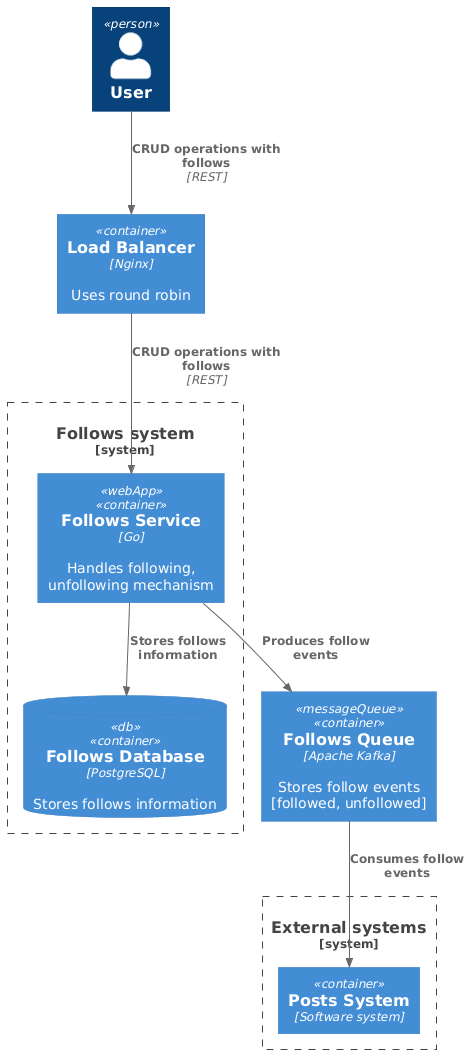
The PlantUML diagram images/diagrams/containers/follows_system.png in mkorobovv/social_network_system_design, before a commit.
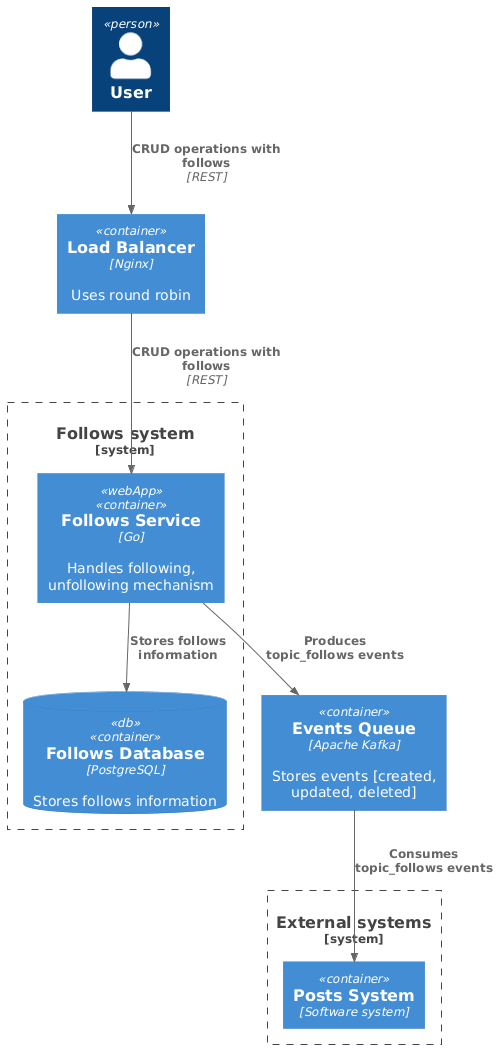
Above is the later version.

What changed in the source:
```diff
@@ -3,7 +3,7 @@
 
 Person(user, "User")
 Container(loadBalancer, "Load Balancer", "Nginx", "Uses round robin")
-Container(followsQueue, "Follows Queue", "Apache Kafka", "Stores follow events [followed, unfollowed]", $tags="messageQueue")
+Container(eventsQueue, "Events Queue", "Apache Kafka", "Stores events [created, updated, deleted]")
 
 System_Boundary(followsSystem, "Follows system") {
     Container(followsService, "Follows Service", "Go", "Handles following, unfollowing mechanism", $tags="webApp")
@@ -16,7 +16,7 @@
 
 Rel(user, loadBalancer, "CRUD operations with follows", "REST")
 Rel(loadBalancer, followsService, "CRUD operations with follows", "REST")
-Rel(followsQueue, postsSystem, "Consumes follow events")
-Rel(followsService, followsQueue, "Produces follow events")
+Rel(eventsQueue, postsSystem, "Consumes topic_follows events")
+Rel(followsService, eventsQueue, "Produces topic_follows events")
 Rel(followsService, followsDatabase, "Stores follows information")
 @enduml
```
